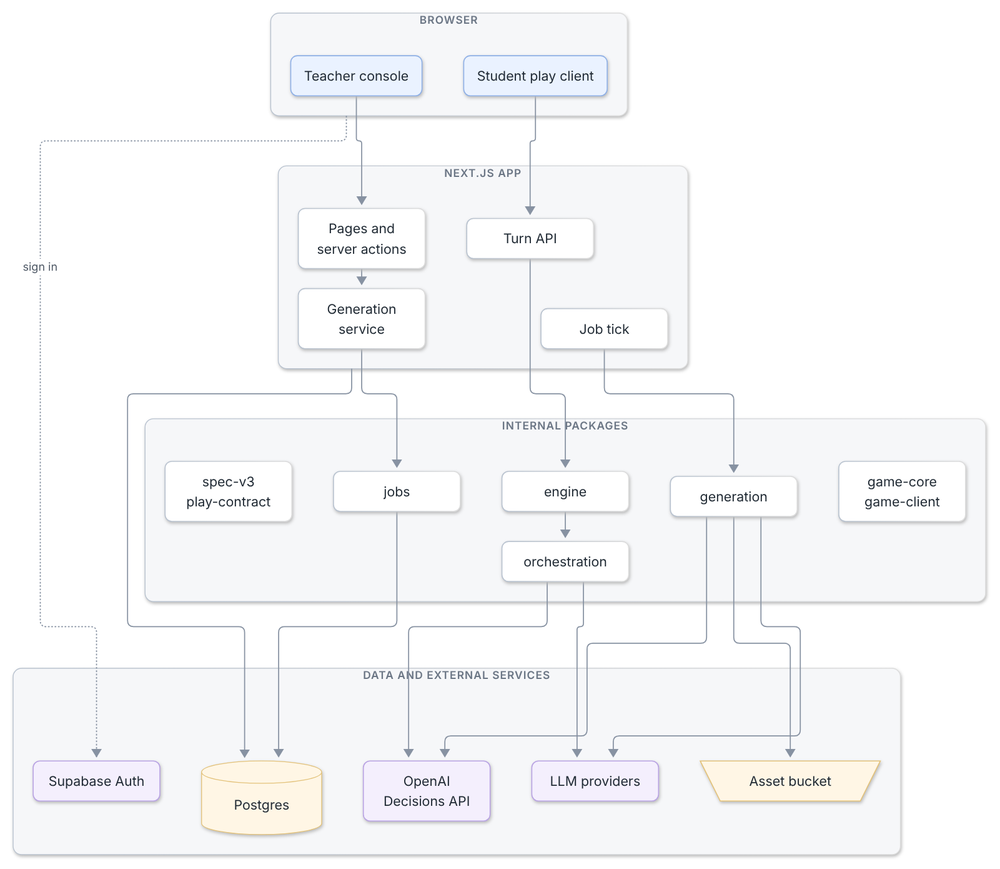
damiancxliew/CS3216_Assignment3 keeps this Mermaid diagram as docs/diagrams/png/d1-system-overview.png. Above is the earlier version. Its source is kept beside it as docs/diagrams/d1-system-overview.mmd.
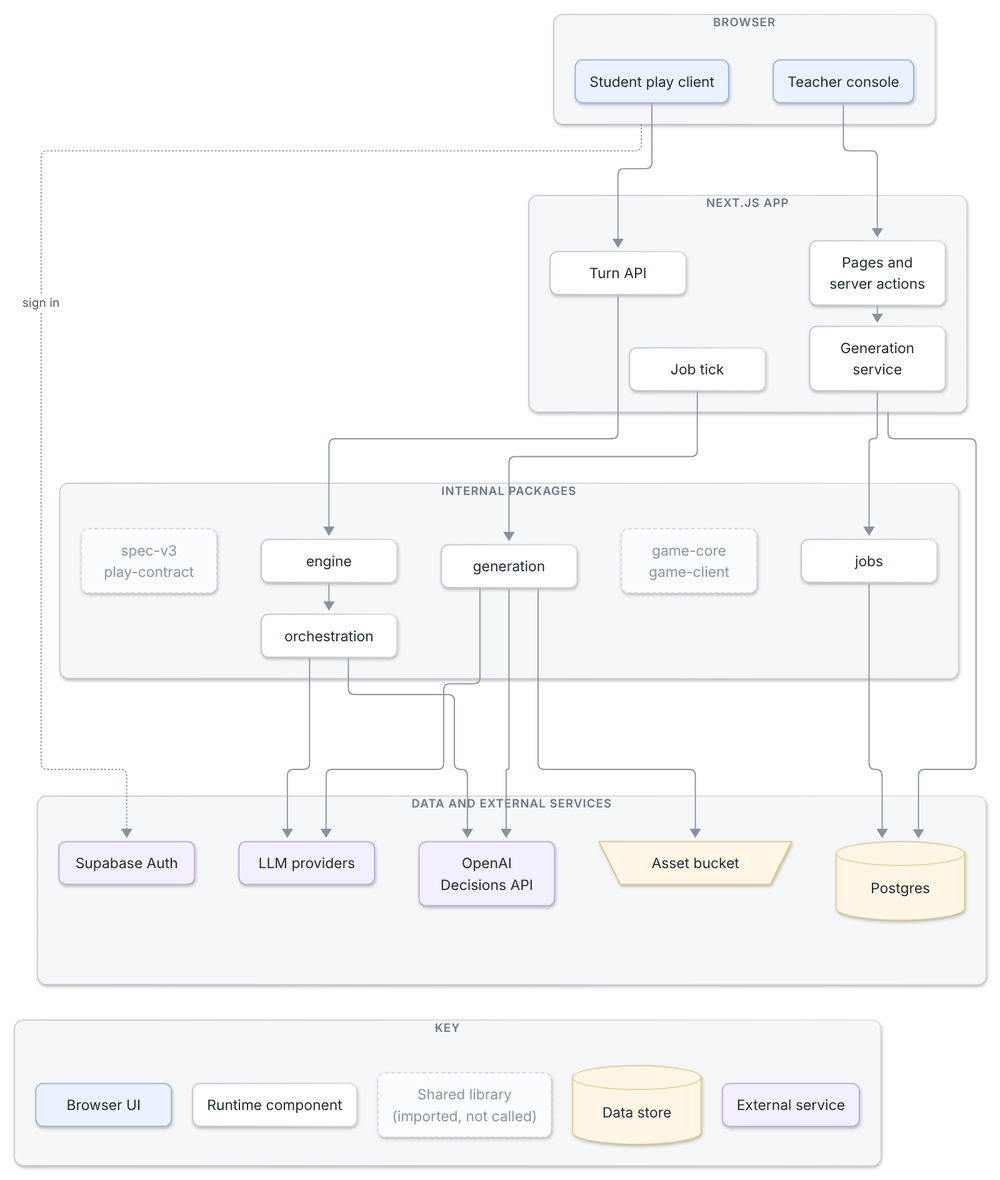
Above is the later version.

Commit message:
docs: fade shared-library packages in D1 and add a key

Change to the diagram source:
```diff
@@ -43,9 +43,17 @@
   web --> DB
   browser -.->|sign in| AUTH
 
+  subgraph KEY["Key"]
+    direction LR
+    K1["Browser UI"]:::actor ~~~ K2["Runtime component"] ~~~ K3["Shared library<br/>(imported, not called)"]:::lib ~~~ K4[("Data store")]:::store ~~~ K5["External service"]:::ext
+  end
+  infra ~~~ KEY
+
   classDef actor fill:#eaf2ff,stroke:#8fb0e6
   classDef store fill:#fff6e5,stroke:#e3c27a
   classDef ext fill:#f4effd,stroke:#b9a3e3
   class T,S actor
   class DB,BKT store
+  classDef lib fill:#fbfcfd,stroke:#cfd5dc,stroke-dasharray:4 3,color:#8a94a1
   class AUTH,LLM,DEC ext
+  class SHARED,GC lib
```
